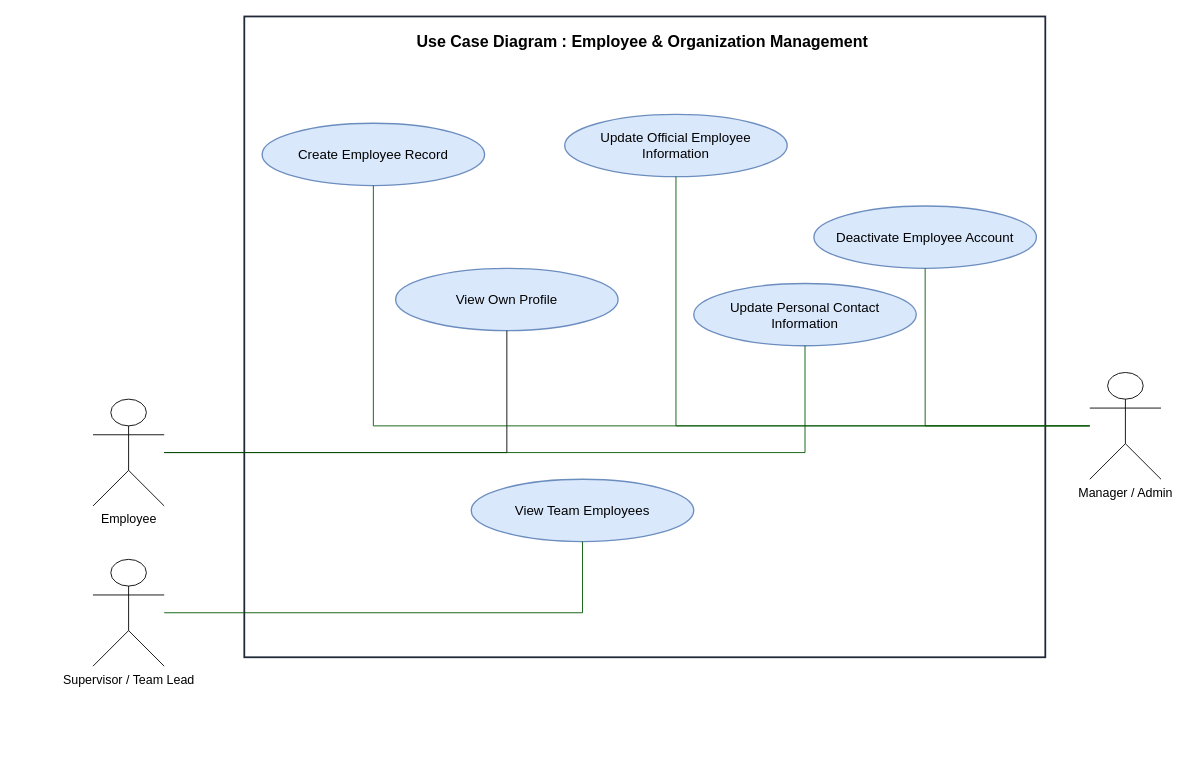
Before: Diagrams/module_1_employee_organization/01_Use Case_ Diagram  Employee & Organization Management.drawio in SE2012-EVOQ/EMS, a draw.io diagram. Source tidied: cells renumbered, new cells numbered last; positions are measured from the earlier drawing's top-left corner, leaving out a move shared by most shapes. Both pictures are drawn from the tidied source at 89%, with x=0, y=0 at pixel (93, 16).
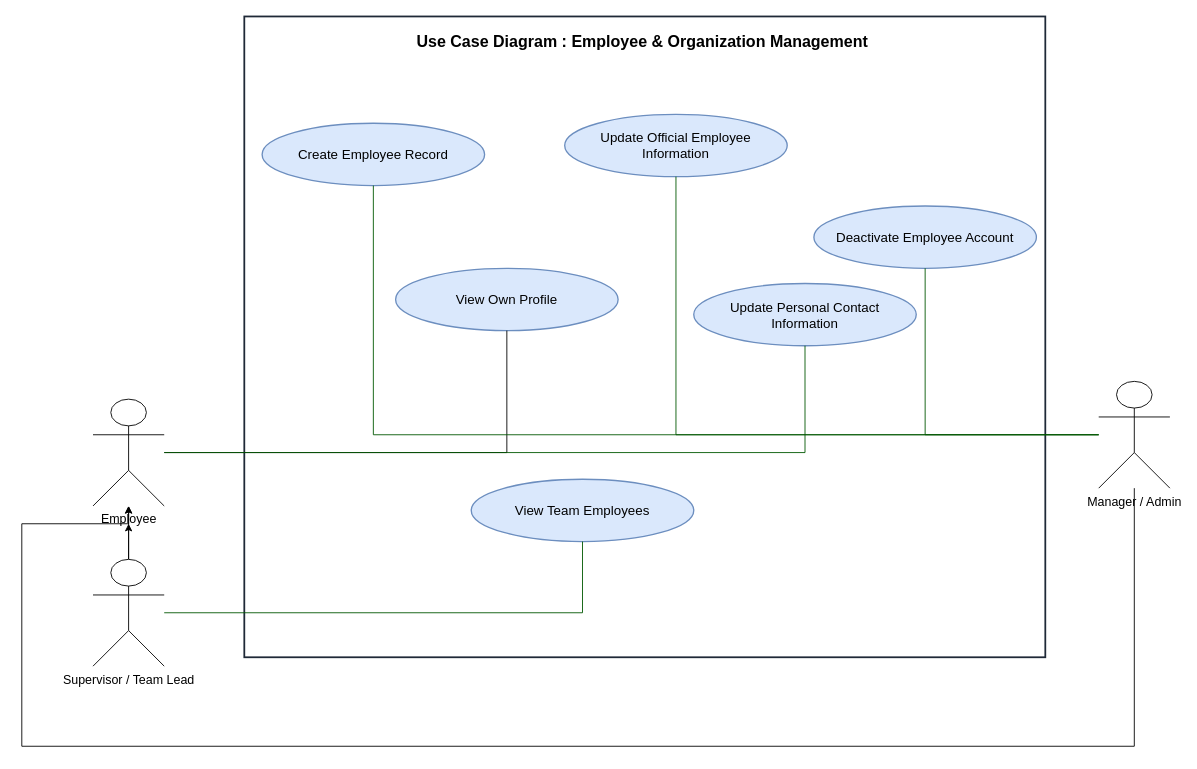
The same page after the edit.

The change refers to these unchanged cells:
```xml
<mxCell id="3" value="Employee" style="shape=umlActor;verticalLabelPosition=bottom;verticalAlign=top;html=1;fontSize=14;" parent="1" vertex="1">
  <mxGeometry y="430" width="80" height="120" as="geometry" />
</mxCell>
<mxCell id="4" value="Supervisor / Team Lead" style="shape=umlActor;verticalLabelPosition=bottom;verticalAlign=top;html=1;fontSize=14;" parent="1" vertex="1">
  <mxGeometry y="610" width="80" height="120" as="geometry" />
</mxCell>
```

Change to the diagram source:
```diff
@@
+    <mxCell id="18" style="edgeStyle=none;html=1;" parent="1" edge="1" source="4">
+      <mxGeometry relative="1" as="geometry">
+        <mxPoint x="40" y="570" as="targetPoint" />
+      </mxGeometry>
+    </mxCell>
+    <mxCell id="19" style="edgeStyle=none;html=1;" parent="1" edge="1" source="4" target="3">
+      <mxGeometry relative="1" as="geometry" />
+    </mxCell>
@@
+    <mxCell id="20" style="edgeStyle=orthogonalEdgeStyle;html=1;rounded=0;" parent="1" edge="1" source="5" target="3">
+      <mxGeometry relative="1" as="geometry">
+        <Array as="points">
+          <mxPoint x="1170" y="820" />
+          <mxPoint x="-80" y="820" />
+          <mxPoint x="-80" y="570" />
+          <mxPoint x="40" y="570" />
+        </Array>
+      </mxGeometry>
+    </mxCell>
     <mxCell id="5" value="Manager / Admin" style="shape=umlActor;verticalLabelPosition=bottom;verticalAlign=top;html=1;fontSize=14;" parent="1" vertex="1">
-      <mxGeometry x="1120" y="400" width="80" height="120" as="geometry" />
+      <mxGeometry x="1130" y="410" width="80" height="120" as="geometry" />
     </mxCell>
```
